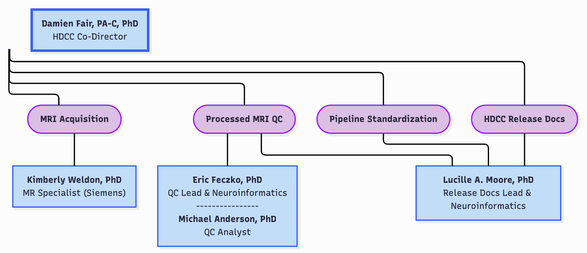
DCAN-Labs/hbcd-docs-internal keeps this Mermaid diagram as docs/orgcharts/cdni.png. Above is the earlier version. Its source is kept beside it as docs/orgcharts/mermaid/cdni.mmd. Source of this version:
```mermaid
---
config:
  layout: elk
---
flowchart TB
    CDNI["<b>Damien Fair</b> HDCC Co-Director"] --- n2(["<b>MRI Acquisition</b>"]) & n3(["<b>Processed MRI QC</b>"]) & n7(["<b>Pipeline Standardization</b>"]) & n10(["<b>HDCC Release Docs</b>"])
    n2 --- n4["<b>Kimberly Weldon, PhD</b><br>MR Specialist (Siemens)"]
    n3 --- n5@{ label: "<b>Eric Feczko, PhD</b><br>QC Lead &amp; Neuroinformatics<br>----------------<br><span style=\"--tw-scale-x:\"><b>Michael Anderson, PhD</b><br></span>QC Analyst" } & n9["<b>Lucille A. Moore, PhD</b><br>Release Docs Lead &amp; Neuroinformatics"]
    n7 --- n9
    n10 --- n9
    n11["<b>Damien Fair, PA-C, PhD</b><br>HDCC Co-Director"] --> n2
    CDNI@{ shape: anchor}
    n5@{ shape: rect}
    n11@{ shape: rect}
    style CDNI fill:#BBDEFB,stroke:#2962FF
    style n2 fill:#E1BEE7,stroke:#AA00FF
    style n3 fill:#E1BEE7,stroke:#AA00FF
    style n7 fill:#E1BEE7,stroke:#AA00FF
    style n10 fill:#E1BEE7,stroke:#AA00FF
    style n4 fill:#BBDEFB,stroke:#2962FF
    style n5 fill:#BBDEFB,stroke:#2962FF
    style n9 fill:#BBDEFB,stroke:#2962FF
    style n11 fill:#BBDEFB,stroke:#2962FF,stroke-width:4px,stroke-dasharray: 0
    linkStyle 9 stroke:none,fill:none
```
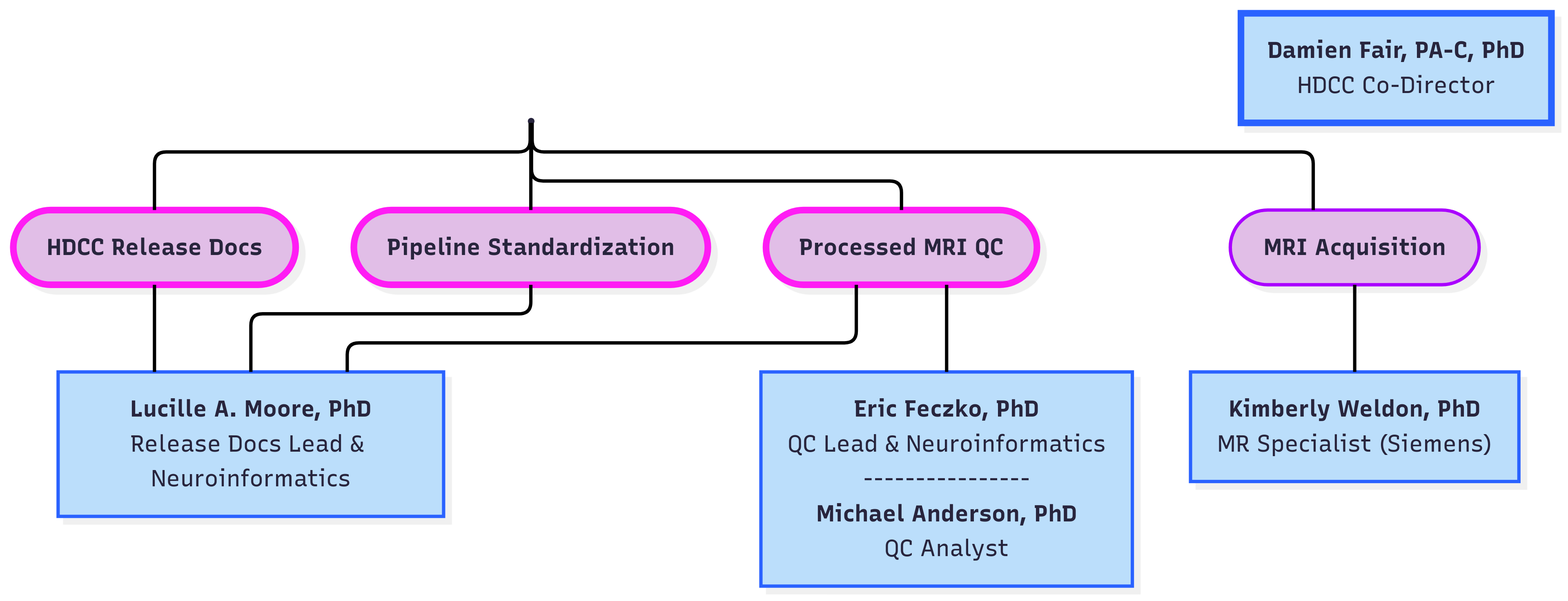
The same file after the commit.

Commit message:
add release markers to CDNI OC

What changed in the source:
```diff
@@ -14,9 +14,9 @@
     n11@{ shape: rect}
     style CDNI fill:#BBDEFB,stroke:#2962FF
     style n2 fill:#E1BEE7,stroke:#AA00FF
-    style n3 fill:#E1BEE7,stroke:#AA00FF
-    style n7 fill:#E1BEE7,stroke:#AA00FF
-    style n10 fill:#E1BEE7,stroke:#AA00FF
+    style n3 fill:#E1BEE7,stroke:#FF1FF4,stroke-width:4px,stroke-dasharray: 0
+    style n7 fill:#E1BEE7,stroke:#FF1FF4,stroke-width:4px,stroke-dasharray: 0
+    style n10 fill:#E1BEE7,stroke:#FF1FF4,stroke-width:4px,stroke-dasharray: 0
     style n4 fill:#BBDEFB,stroke:#2962FF
     style n5 fill:#BBDEFB,stroke:#2962FF
     style n9 fill:#BBDEFB,stroke:#2962FF
```
